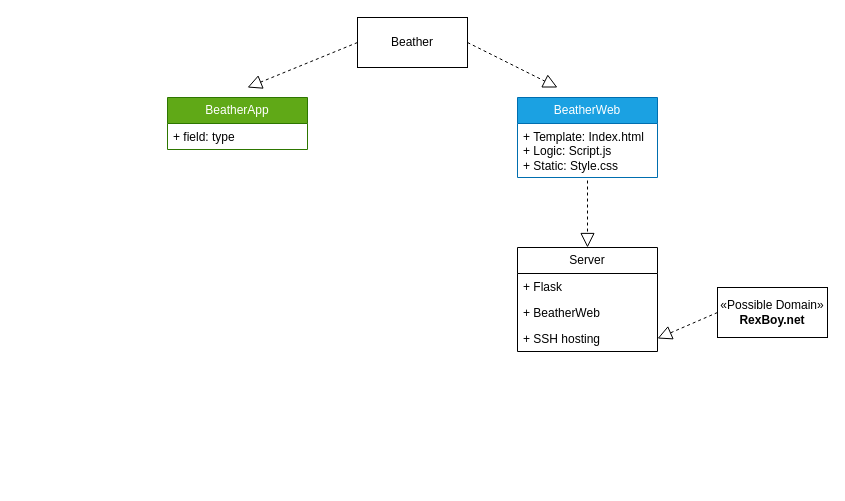
Above: Images/Diagram/Diagram.drawio in Sgandre3890/Beather (draw.io), before the change. Source tidied: cells renumbered, new cells numbered last; positions are measured from the earlier drawing's top-left corner, leaving out a move shared by most shapes. Both pictures are drawn from the tidied source at 100%, with x=0, y=0 at pixel (167, 17).
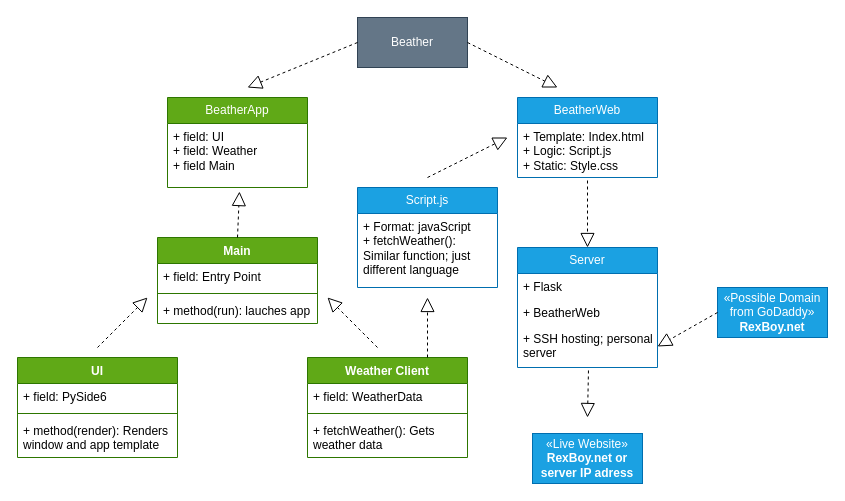
After the change.

Diff of the diagram source:
```diff
@@
-    <mxCell id="2" value="Beather" style="html=1;whiteSpace=wrap;" parent="1" vertex="1">
+    <mxCell id="2" value="Beather" style="html=1;whiteSpace=wrap;fillColor=#647687;fontColor=#ffffff;strokeColor=#314354;" parent="1" vertex="1">
       <mxGeometry x="190" width="110" height="50" as="geometry" />
     </mxCell>
@@
     <mxCell id="5" value="BeatherApp" style="swimlane;fontStyle=0;horizontal=1;startSize=26;fillColor=#60a917;whiteSpace=wrap;html=1;fontColor=#ffffff;strokeColor=#2D7600;" parent="1" vertex="1">
-      <mxGeometry y="80" width="140" height="52" as="geometry" />
+      <mxGeometry y="80" width="140" height="90" as="geometry" />
     </mxCell>
-    <mxCell id="6" value="+ field: type" style="text;strokeColor=none;fillColor=none;align=left;verticalAlign=top;spacingLeft=4;spacingRight=4;overflow=hidden;points=[[0,0.5],[1,0.5]];portConstraint=eastwest;whiteSpace=wrap;html=1;" parent="5" vertex="1">
-      <mxGeometry y="26" width="140" height="26" as="geometry" />
+    <mxCell id="6" value="+ field: UI&lt;div&gt;+ field: Weather&lt;/div&gt;&lt;div&gt;+ field Main&lt;/div&gt;" style="text;strokeColor=none;fillColor=none;align=left;verticalAlign=top;spacingLeft=4;spacingRight=4;overflow=hidden;points=[[0,0.5],[1,0.5]];portConstraint=eastwest;whiteSpace=wrap;html=1;" parent="5" vertex="1">
+      <mxGeometry y="26" width="140" height="64" as="geometry" />
     </mxCell>
@@
-    <mxCell id="9" value="Server" style="swimlane;fontStyle=0;horizontal=1;startSize=26;fillColor=none;whiteSpace=wrap;html=1;" parent="1" vertex="1">
-      <mxGeometry x="350" y="230" width="140" height="104" as="geometry" />
+    <mxCell id="9" value="Server" style="swimlane;fontStyle=0;horizontal=1;startSize=26;fillColor=#1ba1e2;whiteSpace=wrap;html=1;fontColor=#ffffff;strokeColor=#006EAF;" parent="1" vertex="1">
+      <mxGeometry x="350" y="230" width="140" height="120" as="geometry" />
     </mxCell>
@@
-    <mxCell id="12" value="+ SSH hosting" style="text;strokeColor=none;fillColor=none;align=left;verticalAlign=top;spacingLeft=4;spacingRight=4;overflow=hidden;points=[[0,0.5],[1,0.5]];portConstraint=eastwest;whiteSpace=wrap;html=1;" parent="9" vertex="1">
-      <mxGeometry y="78" width="140" height="26" as="geometry" />
+    <mxCell id="12" value="+ SSH hosting; personal server" style="text;strokeColor=none;fillColor=none;align=left;verticalAlign=top;spacingLeft=4;spacingRight=4;overflow=hidden;points=[[0,0.5],[1,0.5]];portConstraint=eastwest;whiteSpace=wrap;html=1;" parent="9" vertex="1">
+      <mxGeometry y="78" width="140" height="42" as="geometry" />
     </mxCell>
@@
-    <mxCell id="14" value="«Possible Domain»&lt;br&gt;&lt;b&gt;RexBoy.net&lt;/b&gt;" style="html=1;whiteSpace=wrap;" parent="1" vertex="1">
+    <mxCell id="14" value="«Possible Domain from GoDaddy»&lt;br&gt;&lt;b&gt;RexBoy.net&lt;/b&gt;" style="html=1;whiteSpace=wrap;fillColor=#1ba1e2;fontColor=#ffffff;strokeColor=#006EAF;" parent="1" vertex="1">
       <mxGeometry x="550" y="270" width="110" height="50" as="geometry" />
     </mxCell>
@@
+    <mxCell id="16" value="UI" style="swimlane;fontStyle=1;align=center;verticalAlign=top;horizontal=1;startSize=26;whiteSpace=wrap;html=1;fillColor=#60a917;fontColor=#ffffff;strokeColor=#2D7600;" parent="1" vertex="1">
+      <mxGeometry x="-150" y="340" width="160" height="100" as="geometry" />
+    </mxCell>
+    <mxCell id="17" value="+ field: PySide6&lt;div&gt;&lt;br&gt;&lt;/div&gt;" style="text;strokeColor=none;fillColor=none;align=left;verticalAlign=top;spacingLeft=4;spacingRight=4;overflow=hidden;whiteSpace=wrap;html=1;" parent="16" vertex="1">
+      <mxGeometry y="26" width="160" height="26" as="geometry" />
+    </mxCell>
+    <mxCell id="18" style="line;strokeWidth=1;fillColor=none;align=left;verticalAlign=middle;spacingTop=-1;spacingLeft=3;spacingRight=3;labelPosition=right;strokeColor=inherit;" parent="16" vertex="1">
+      <mxGeometry y="52" width="160" height="8" as="geometry" />
+    </mxCell>
+    <mxCell id="19" value="+ method(render): Renders window and app template" style="text;strokeColor=none;fillColor=none;align=left;verticalAlign=top;spacingLeft=4;spacingRight=4;overflow=hidden;whiteSpace=wrap;html=1;" parent="16" vertex="1">
+      <mxGeometry y="60" width="160" height="40" as="geometry" />
+    </mxCell>
+    <mxCell id="20" value="Weather Client" style="swimlane;fontStyle=1;align=center;verticalAlign=top;horizontal=1;startSize=26;whiteSpace=wrap;html=1;fillColor=#60a917;fontColor=#ffffff;strokeColor=#2D7600;" parent="1" vertex="1">
+      <mxGeometry x="140" y="340" width="160" height="100" as="geometry" />
+    </mxCell>
+    <mxCell id="21" value="+ field: WeatherData" style="text;strokeColor=none;fillColor=none;align=left;verticalAlign=top;spacingLeft=4;spacingRight=4;overflow=hidden;whiteSpace=wrap;html=1;" parent="20" vertex="1">
+      <mxGeometry y="26" width="160" height="26" as="geometry" />
+    </mxCell>
+    <mxCell id="22" style="line;strokeWidth=1;fillColor=none;align=left;verticalAlign=middle;spacingTop=-1;spacingLeft=3;spacingRight=3;labelPosition=right;strokeColor=inherit;" parent="20" vertex="1">
+      <mxGeometry y="52" width="160" height="8" as="geometry" />
+    </mxCell>
+    <mxCell id="23" value="+ fetchWeather(): Gets weather data" style="text;strokeColor=none;fillColor=none;align=left;verticalAlign=top;spacingLeft=4;spacingRight=4;overflow=hidden;whiteSpace=wrap;html=1;" parent="20" vertex="1">
+      <mxGeometry y="60" width="160" height="40" as="geometry" />
+    </mxCell>
+    <mxCell id="24" value="Main" style="swimlane;fontStyle=1;align=center;verticalAlign=top;horizontal=1;startSize=26;whiteSpace=wrap;html=1;fillColor=#60a917;fontColor=#ffffff;strokeColor=#2D7600;" parent="1" vertex="1">
+      <mxGeometry x="-10" y="220" width="160" height="86" as="geometry" />
+    </mxCell>
+    <mxCell id="25" value="+ field: Entry Point" style="text;strokeColor=none;fillColor=none;align=left;verticalAlign=top;spacingLeft=4;spacingRight=4;overflow=hidden;whiteSpace=wrap;html=1;" parent="24" vertex="1">
+      <mxGeometry y="26" width="160" height="26" as="geometry" />
+    </mxCell>
+    <mxCell id="26" style="line;strokeWidth=1;fillColor=none;align=left;verticalAlign=middle;spacingTop=-1;spacingLeft=3;spacingRight=3;labelPosition=right;strokeColor=inherit;" parent="24" vertex="1">
+      <mxGeometry y="52" width="160" height="8" as="geometry" />
+    </mxCell>
+    <mxCell id="27" value="+ method(run): lauches app" style="text;strokeColor=none;fillColor=none;align=left;verticalAlign=top;spacingLeft=4;spacingRight=4;overflow=hidden;whiteSpace=wrap;html=1;" parent="24" vertex="1">
+      <mxGeometry y="60" width="160" height="26" as="geometry" />
+    </mxCell>
+    <mxCell id="28" value="«Live Website»&lt;br&gt;&lt;b&gt;RexBoy.net or&lt;br&gt;server IP adress&lt;/b&gt;" style="html=1;whiteSpace=wrap;fillColor=#1ba1e2;fontColor=#ffffff;strokeColor=#006EAF;" parent="1" vertex="1">
+      <mxGeometry x="365" y="416" width="110" height="50" as="geometry" />
+    </mxCell>
+    <mxCell id="29" style="endArrow=block;dashed=1;endFill=0;endSize=12;html=1;rounded=0;exitX=0.507;exitY=1.071;exitDx=0;exitDy=0;exitPerimeter=0;" parent="1" edge="1" source="12">
+      <mxGeometry relative="1" as="geometry">
+        <mxPoint x="420" y="400" as="targetPoint" />
+      </mxGeometry>
+    </mxCell>
+    <mxCell id="30" style="endArrow=block;dashed=1;endFill=0;endSize=12;html=1;rounded=0;exitX=0.5;exitY=0;exitDx=0;exitDy=0;entryX=0.514;entryY=1.063;entryDx=0;entryDy=0;entryPerimeter=0;" parent="1" edge="1" source="24" target="6">
+      <mxGeometry relative="1" as="geometry" />
+    </mxCell>
+    <mxCell id="31" style="endArrow=block;dashed=1;endFill=0;endSize=12;html=1;rounded=0;" parent="1" edge="1">
+      <mxGeometry relative="1" as="geometry">
+        <mxPoint x="210" y="330" as="sourcePoint" />
+        <mxPoint x="160" y="280" as="targetPoint" />
+      </mxGeometry>
+    </mxCell>
+    <mxCell id="32" style="endArrow=block;dashed=1;endFill=0;endSize=12;html=1;rounded=0;" parent="1" edge="1">
+      <mxGeometry relative="1" as="geometry">
+        <mxPoint x="-70" y="330" as="sourcePoint" />
+        <mxPoint x="-20" y="280" as="targetPoint" />
+      </mxGeometry>
+    </mxCell>
+    <mxCell id="33" value="Script.js" style="swimlane;fontStyle=0;horizontal=1;startSize=26;fillColor=#1ba1e2;whiteSpace=wrap;html=1;fontColor=#ffffff;strokeColor=#006EAF;" parent="1" vertex="1">
+      <mxGeometry x="190" y="170" width="140" height="100" as="geometry" />
+    </mxCell>
+    <mxCell id="34" value="+ Format: javaScript&lt;div&gt;+ fetchWeather(): Similar function; just different language&lt;/div&gt;" style="text;strokeColor=none;fillColor=none;align=left;verticalAlign=top;spacingLeft=4;spacingRight=4;overflow=hidden;whiteSpace=wrap;html=1;" parent="33" vertex="1">
+      <mxGeometry y="26" width="140" height="74" as="geometry" />
+    </mxCell>
+    <mxCell id="35" style="endArrow=block;dashed=1;endFill=0;endSize=12;html=1;rounded=0;exitX=0.75;exitY=0;exitDx=0;exitDy=0;" parent="1" edge="1" source="20">
+      <mxGeometry relative="1" as="geometry">
+        <mxPoint x="260" y="280" as="targetPoint" />
+      </mxGeometry>
+    </mxCell>
+    <mxCell id="36" style="endArrow=block;dashed=1;endFill=0;endSize=12;html=1;rounded=0;" parent="1" edge="1">
+      <mxGeometry relative="1" as="geometry">
+        <mxPoint x="260" y="160" as="sourcePoint" />
+        <mxPoint x="340" y="120" as="targetPoint" />
+      </mxGeometry>
+    </mxCell>
```
